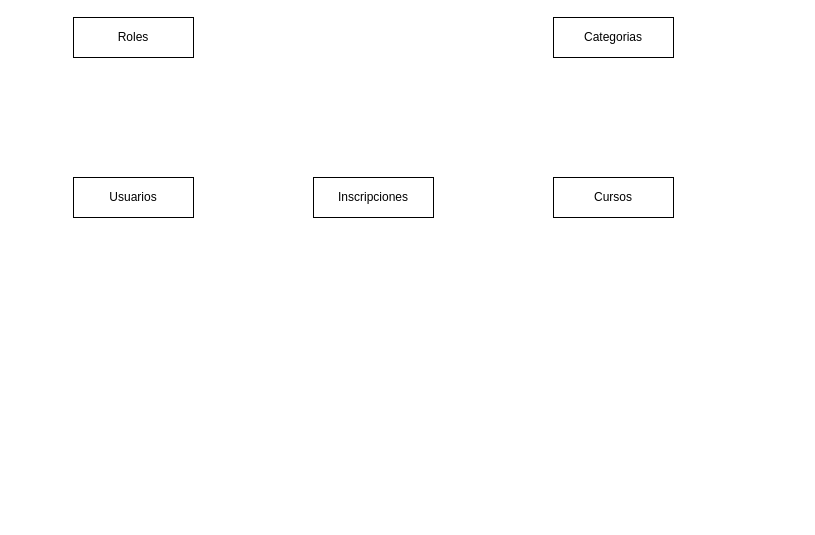
Earlier version of the draw.io diagram DER/WebCursosOnline.drawio (AlejoCera/Web-de-Cursos-Online). Source tidied: cells renumbered, new cells numbered last; positions are measured from the earlier drawing's top-left corner, leaving out a move shared by most shapes. Both pictures are drawn from the tidied source at 100%, with x=0, y=0 at pixel (73, 17).
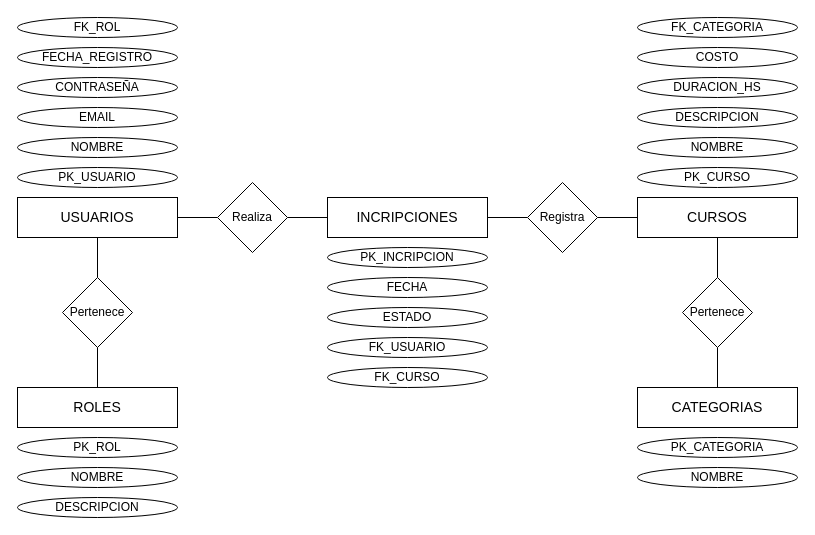
The same page after the edit.

Commit message:
Se completan 5 entidades en total

The edit, as a diff of the source:
```diff
@@
-    <mxCell id="2" value="Usuarios" style="rounded=0;whiteSpace=wrap;html=1;" parent="1" vertex="1">
-      <mxGeometry y="160" width="120" height="40" as="geometry" />
+    <mxCell id="2" value="&lt;font style=&quot;font-size: 14px;&quot;&gt;USUARIOS&lt;/font&gt;" style="rounded=0;whiteSpace=wrap;html=1;" parent="1" vertex="1">
+      <mxGeometry x="-56" y="180" width="160" height="40" as="geometry" />
     </mxCell>
-    <mxCell id="3" value="Cursos" style="rounded=0;whiteSpace=wrap;html=1;" parent="1" vertex="1">
-      <mxGeometry x="480" y="160" width="120" height="40" as="geometry" />
+    <mxCell id="3" value="&lt;font style=&quot;font-size: 14px;&quot;&gt;CURSOS&lt;/font&gt;" style="rounded=0;whiteSpace=wrap;html=1;" parent="1" vertex="1">
+      <mxGeometry x="564" y="180" width="160" height="40" as="geometry" />
     </mxCell>
-    <mxCell id="4" value="Inscripciones" style="rounded=0;whiteSpace=wrap;html=1;" parent="1" vertex="1">
-      <mxGeometry x="240" y="160" width="120" height="40" as="geometry" />
+    <mxCell id="4" value="&lt;font style=&quot;font-size: 14px;&quot;&gt;INCRIPCIONES&lt;/font&gt;" style="rounded=0;whiteSpace=wrap;html=1;" parent="1" vertex="1">
+      <mxGeometry x="254" y="180" width="160" height="40" as="geometry" />
     </mxCell>
-    <mxCell id="5" value="Categorias" style="rounded=0;whiteSpace=wrap;html=1;" parent="1" vertex="1">
-      <mxGeometry x="480" width="120" height="40" as="geometry" />
+    <mxCell id="5" value="&lt;font style=&quot;font-size: 14px;&quot;&gt;CATEGORIAS&lt;/font&gt;" style="rounded=0;whiteSpace=wrap;html=1;" parent="1" vertex="1">
+      <mxGeometry x="564" y="370" width="160" height="40" as="geometry" />
     </mxCell>
-    <mxCell id="6" value="Roles" style="rounded=0;whiteSpace=wrap;html=1;" parent="1" vertex="1">
-      <mxGeometry width="120" height="40" as="geometry" />
+    <mxCell id="6" value="&lt;font style=&quot;font-size: 14px;&quot;&gt;ROLES&lt;/font&gt;" style="rounded=0;whiteSpace=wrap;html=1;" parent="1" vertex="1">
+      <mxGeometry x="-56" y="370" width="160" height="40" as="geometry" />
     </mxCell>
+    <mxCell id="7" value="PK_ROL" style="ellipse;whiteSpace=wrap;html=1;" parent="1" vertex="1">
+      <mxGeometry x="-56" y="420" width="160" height="20" as="geometry" />
+    </mxCell>
+    <mxCell id="8" value="PK_USUARIO" style="ellipse;whiteSpace=wrap;html=1;" parent="1" vertex="1">
+      <mxGeometry x="-56" y="150" width="160" height="20" as="geometry" />
+    </mxCell>
+    <mxCell id="9" value="PK_INCRIPCION" style="ellipse;whiteSpace=wrap;html=1;" parent="1" vertex="1">
+      <mxGeometry x="254" y="230" width="160" height="20" as="geometry" />
+    </mxCell>
+    <mxCell id="10" value="PK_CURSO" style="ellipse;whiteSpace=wrap;html=1;" parent="1" vertex="1">
+      <mxGeometry x="564" y="150" width="160" height="20" as="geometry" />
+    </mxCell>
+    <mxCell id="11" value="PK_CATEGORIA" style="ellipse;whiteSpace=wrap;html=1;" parent="1" vertex="1">
+      <mxGeometry x="564" y="420" width="160" height="20" as="geometry" />
+    </mxCell>
+    <mxCell id="12" value="Pertenece" style="rhombus;whiteSpace=wrap;html=1;" parent="1" vertex="1">
+      <mxGeometry x="-11" y="260" width="70" height="70" as="geometry" />
+    </mxCell>
+    <mxCell id="13" style="endArrow=none;html=1;rounded=0;exitX=0.5;exitY=0;exitDx=0;exitDy=0;entryX=0.5;entryY=1;entryDx=0;entryDy=0;" parent="1" edge="1" source="6" target="12">
+      <mxGeometry relative="1" as="geometry" />
+    </mxCell>
+    <mxCell id="14" style="endArrow=none;html=1;rounded=0;exitX=0.5;exitY=0;exitDx=0;exitDy=0;entryX=0.5;entryY=1;entryDx=0;entryDy=0;" parent="1" edge="1" source="12" target="2">
+      <mxGeometry relative="1" as="geometry" />
+    </mxCell>
+    <mxCell id="15" style="endArrow=none;html=1;rounded=0;exitX=1;exitY=0.5;exitDx=0;exitDy=0;entryX=0;entryY=0.5;entryDx=0;entryDy=0;" parent="1" edge="1" source="2" target="21">
+      <mxGeometry relative="1" as="geometry" />
+    </mxCell>
+    <mxCell id="16" style="endArrow=none;html=1;rounded=0;exitX=1;exitY=0.5;exitDx=0;exitDy=0;entryX=0;entryY=0.5;entryDx=0;entryDy=0;" parent="1" edge="1" source="21" target="4">
+      <mxGeometry relative="1" as="geometry" />
+    </mxCell>
+    <mxCell id="17" style="endArrow=none;html=1;rounded=0;exitX=1;exitY=0.5;exitDx=0;exitDy=0;entryX=0;entryY=0.5;entryDx=0;entryDy=0;" parent="1" edge="1" source="4" target="22">
+      <mxGeometry relative="1" as="geometry" />
+    </mxCell>
+    <mxCell id="18" style="endArrow=none;html=1;rounded=0;entryX=0;entryY=0.5;entryDx=0;entryDy=0;exitX=1;exitY=0.5;exitDx=0;exitDy=0;" parent="1" edge="1" source="22" target="3">
+      <mxGeometry relative="1" as="geometry" />
+    </mxCell>
+    <mxCell id="19" style="endArrow=none;html=1;rounded=0;exitX=0.5;exitY=1;exitDx=0;exitDy=0;entryX=0.5;entryY=0;entryDx=0;entryDy=0;" parent="1" edge="1" source="3" target="23">
+      <mxGeometry relative="1" as="geometry" />
+    </mxCell>
+    <mxCell id="20" style="endArrow=none;html=1;rounded=0;exitX=0.5;exitY=0;exitDx=0;exitDy=0;entryX=0.5;entryY=1;entryDx=0;entryDy=0;" parent="1" edge="1" source="5" target="23">
+      <mxGeometry relative="1" as="geometry" />
+    </mxCell>
+    <mxCell id="21" value="Realiza" style="rhombus;whiteSpace=wrap;html=1;" parent="1" vertex="1">
+      <mxGeometry x="144" y="165" width="70" height="70" as="geometry" />
+    </mxCell>
+    <mxCell id="22" value="Registra" style="rhombus;whiteSpace=wrap;html=1;" parent="1" vertex="1">
+      <mxGeometry x="454" y="165" width="70" height="70" as="geometry" />
+    </mxCell>
+    <mxCell id="23" value="Pertenece" style="rhombus;whiteSpace=wrap;html=1;" parent="1" vertex="1">
+      <mxGeometry x="609" y="260" width="70" height="70" as="geometry" />
+    </mxCell>
+    <mxCell id="24" value="NOMBRE" style="ellipse;whiteSpace=wrap;html=1;" parent="1" vertex="1">
+      <mxGeometry x="-56" y="450" width="160" height="20" as="geometry" />
+    </mxCell>
+    <mxCell id="25" value="DESCRIPCION" style="ellipse;whiteSpace=wrap;html=1;" parent="1" vertex="1">
+      <mxGeometry x="-56" y="480" width="160" height="20" as="geometry" />
+    </mxCell>
+    <mxCell id="26" value="NOMBRE" style="ellipse;whiteSpace=wrap;html=1;" parent="1" vertex="1">
+      <mxGeometry x="564" y="450" width="160" height="20" as="geometry" />
+    </mxCell>
+    <mxCell id="27" value="ESTADO" style="ellipse;whiteSpace=wrap;html=1;" parent="1" vertex="1">
+      <mxGeometry x="254" y="290" width="160" height="20" as="geometry" />
+    </mxCell>
+    <mxCell id="28" value="FECHA" style="ellipse;whiteSpace=wrap;html=1;" parent="1" vertex="1">
+      <mxGeometry x="254" y="260" width="160" height="20" as="geometry" />
+    </mxCell>
+    <mxCell id="29" value="FK_USUARIO" style="ellipse;whiteSpace=wrap;html=1;" parent="1" vertex="1">
+      <mxGeometry x="254" y="320" width="160" height="20" as="geometry" />
+    </mxCell>
+    <mxCell id="30" value="FK_CURSO" style="ellipse;whiteSpace=wrap;html=1;" parent="1" vertex="1">
+      <mxGeometry x="254" y="350" width="160" height="20" as="geometry" />
+    </mxCell>
+    <mxCell id="31" value="NOMBRE" style="ellipse;whiteSpace=wrap;html=1;" parent="1" vertex="1">
+      <mxGeometry x="564" y="120" width="160" height="20" as="geometry" />
+    </mxCell>
+    <mxCell id="32" value="DESCRIPCION" style="ellipse;whiteSpace=wrap;html=1;" parent="1" vertex="1">
+      <mxGeometry x="564" y="90" width="160" height="20" as="geometry" />
+    </mxCell>
+    <mxCell id="33" value="DURACION_HS" style="ellipse;whiteSpace=wrap;html=1;" parent="1" vertex="1">
+      <mxGeometry x="564" y="60" width="160" height="20" as="geometry" />
+    </mxCell>
+    <mxCell id="34" value="COSTO" style="ellipse;whiteSpace=wrap;html=1;" parent="1" vertex="1">
+      <mxGeometry x="564" y="30" width="160" height="20" as="geometry" />
+    </mxCell>
+    <mxCell id="35" value="FK_CATEGORIA" style="ellipse;whiteSpace=wrap;html=1;" parent="1" vertex="1">
+      <mxGeometry x="564" width="160" height="20" as="geometry" />
+    </mxCell>
+    <mxCell id="36" value="NOMBRE" style="ellipse;whiteSpace=wrap;html=1;" parent="1" vertex="1">
+      <mxGeometry x="-56" y="120" width="160" height="20" as="geometry" />
+    </mxCell>
+    <mxCell id="37" value="EMAIL" style="ellipse;whiteSpace=wrap;html=1;" parent="1" vertex="1">
+      <mxGeometry x="-56" y="90" width="160" height="20" as="geometry" />
+    </mxCell>
+    <mxCell id="38" value="CONTRASEÑA" style="ellipse;whiteSpace=wrap;html=1;" parent="1" vertex="1">
+      <mxGeometry x="-56" y="60" width="160" height="20" as="geometry" />
+    </mxCell>
+    <mxCell id="39" value="FECHA_REGISTRO" style="ellipse;whiteSpace=wrap;html=1;" parent="1" vertex="1">
+      <mxGeometry x="-56" y="30" width="160" height="20" as="geometry" />
+    </mxCell>
+    <mxCell id="40" value="FK_ROL" style="ellipse;whiteSpace=wrap;html=1;" parent="1" vertex="1">
+      <mxGeometry x="-56" width="160" height="20" as="geometry" />
+    </mxCell>
```
